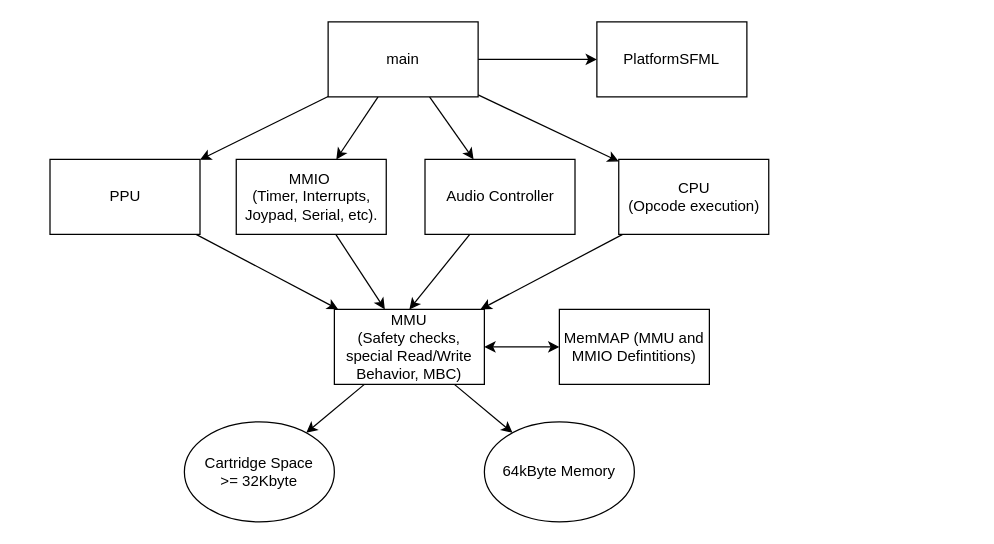
The draw.io diagram data/elem.drawio in lifebu/zig-gb, before the edit. Source tidied: cells renumbered, new cells numbered last; positions are measured from the earlier drawing's top-left corner, leaving out a move shared by most shapes. Both pictures are drawn from the tidied source at 125%, with x=0, y=0 at pixel (49, 21).
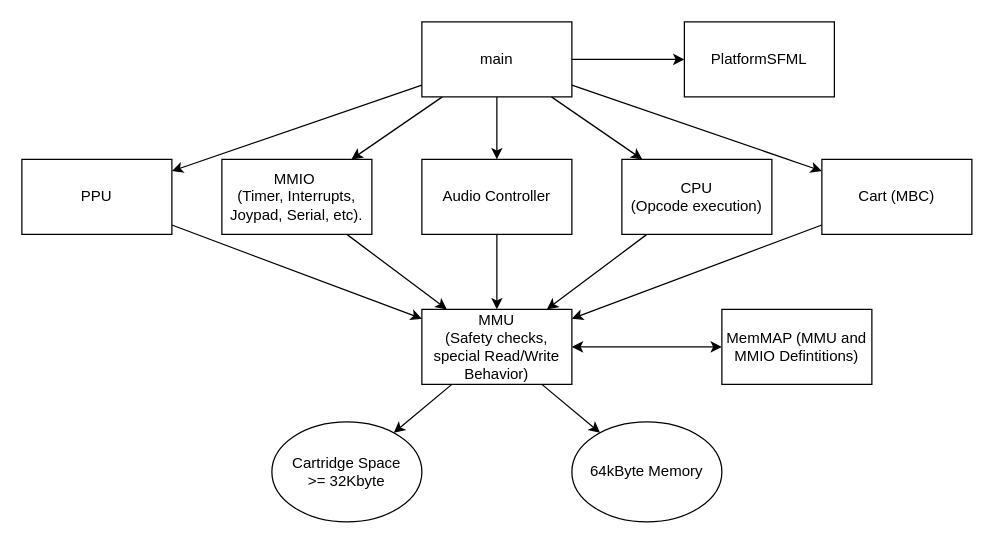
The same diagram, later.

Commit message (it also covers changes not shown here):
Wrote requirements for cart tests. Some work on rethinking how the mmu is structed.

Diff of the diagram source:
```diff
@@
     <mxCell id="3" value="MMIO&amp;nbsp;&lt;br&gt;(Timer, Interrupts, Joypad, Serial, etc)." style="rounded=0;whiteSpace=wrap;html=1;" parent="1" vertex="1">
-      <mxGeometry x="149.5" y="110" width="120" height="60" as="geometry" />
+      <mxGeometry x="138" y="110" width="120" height="60" as="geometry" />
     </mxCell>
@@
-    <mxCell id="6" value="MMU&lt;br&gt;(Safety checks, special Read/Write Behavior, MBC)" style="rounded=0;whiteSpace=wrap;html=1;" parent="1" vertex="1">
-      <mxGeometry x="228" y="230" width="120" height="60" as="geometry" />
+    <mxCell id="6" value="MMU&lt;br&gt;(Safety checks, special Read/Write Behavior)" style="rounded=0;whiteSpace=wrap;html=1;" parent="1" vertex="1">
+      <mxGeometry x="298" y="230" width="120" height="60" as="geometry" />
     </mxCell>
     <mxCell id="7" value="64kByte Memory" style="ellipse;whiteSpace=wrap;html=1;" parent="1" vertex="1">
-      <mxGeometry x="348" y="320" width="120" height="80" as="geometry" />
+      <mxGeometry x="418" y="320" width="120" height="80" as="geometry" />
     </mxCell>
@@
     <mxCell id="9" value="PPU" style="rounded=0;whiteSpace=wrap;html=1;" parent="1" vertex="1">
-      <mxGeometry x="0.5" y="110" width="120" height="60" as="geometry" />
+      <mxGeometry x="-22" y="110" width="120" height="60" as="geometry" />
     </mxCell>
@@
     <mxCell id="11" value="CPU &lt;br&gt;(Opcode execution)" style="rounded=0;whiteSpace=wrap;html=1;" parent="1" vertex="1">
-      <mxGeometry x="455.5" y="110" width="120" height="60" as="geometry" />
+      <mxGeometry x="458" y="110" width="120" height="60" as="geometry" />
     </mxCell>
@@
     <mxCell id="13" value="MemMAP (MMU and MMIO Defintitions)" style="rounded=0;whiteSpace=wrap;html=1;" parent="1" vertex="1">
-      <mxGeometry x="408" y="230" width="120" height="60" as="geometry" />
+      <mxGeometry x="538" y="230" width="120" height="60" as="geometry" />
     </mxCell>
     <mxCell id="14" value="PlatformSFML" style="rounded=0;whiteSpace=wrap;html=1;" parent="1" vertex="1">
-      <mxGeometry x="438" width="120" height="60" as="geometry" />
+      <mxGeometry x="508" width="120" height="60" as="geometry" />
     </mxCell>
@@
+    <mxCell id="24" style="edgeStyle=none;html=1;" parent="1" edge="1" source="20" target="26">
+      <mxGeometry relative="1" as="geometry" />
+    </mxCell>
     <mxCell id="20" value="main&lt;br&gt;" style="rounded=0;whiteSpace=wrap;html=1;" parent="1" vertex="1">
-      <mxGeometry x="223" width="120" height="60" as="geometry" />
+      <mxGeometry x="298" width="120" height="60" as="geometry" />
     </mxCell>
     <mxCell id="21" value="Cartridge Space&lt;br&gt;&amp;gt;= 32Kbyte" style="ellipse;whiteSpace=wrap;html=1;" parent="1" vertex="1">
-      <mxGeometry x="108" y="320" width="120" height="80" as="geometry" />
+      <mxGeometry x="178" y="320" width="120" height="80" as="geometry" />
     </mxCell>
@@
     <mxCell id="23" value="Audio Controller" style="rounded=0;whiteSpace=wrap;html=1;" parent="1" vertex="1">
-      <mxGeometry x="300.5" y="110" width="120" height="60" as="geometry" />
+      <mxGeometry x="298" y="110" width="120" height="60" as="geometry" />
     </mxCell>
+    <mxCell id="25" style="edgeStyle=none;html=1;" parent="1" edge="1" source="26" target="6">
+      <mxGeometry relative="1" as="geometry" />
+    </mxCell>
+    <mxCell id="26" value="Cart (MBC)" style="rounded=0;whiteSpace=wrap;html=1;" parent="1" vertex="1">
+      <mxGeometry x="618" y="110" width="120" height="60" as="geometry" />
+    </mxCell>
```
